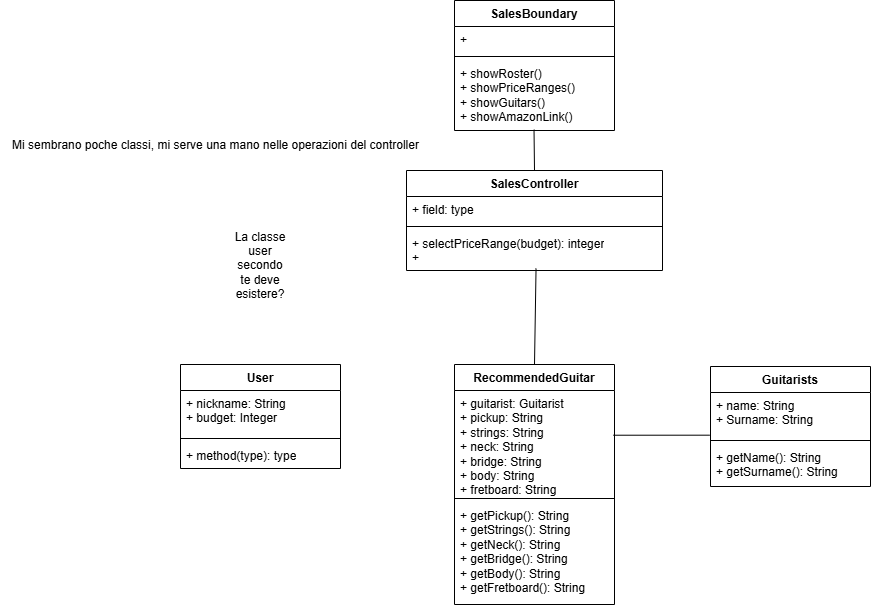
Before: diagrams/BCEM.drawio.png, a diagram exported from draw.io (TizianoLilli/ISPW-Project). Source tidied: cells renumbered, new cells last; positions are measured from the earlier drawing's top-left corner, leaving out a move shared by most shapes.
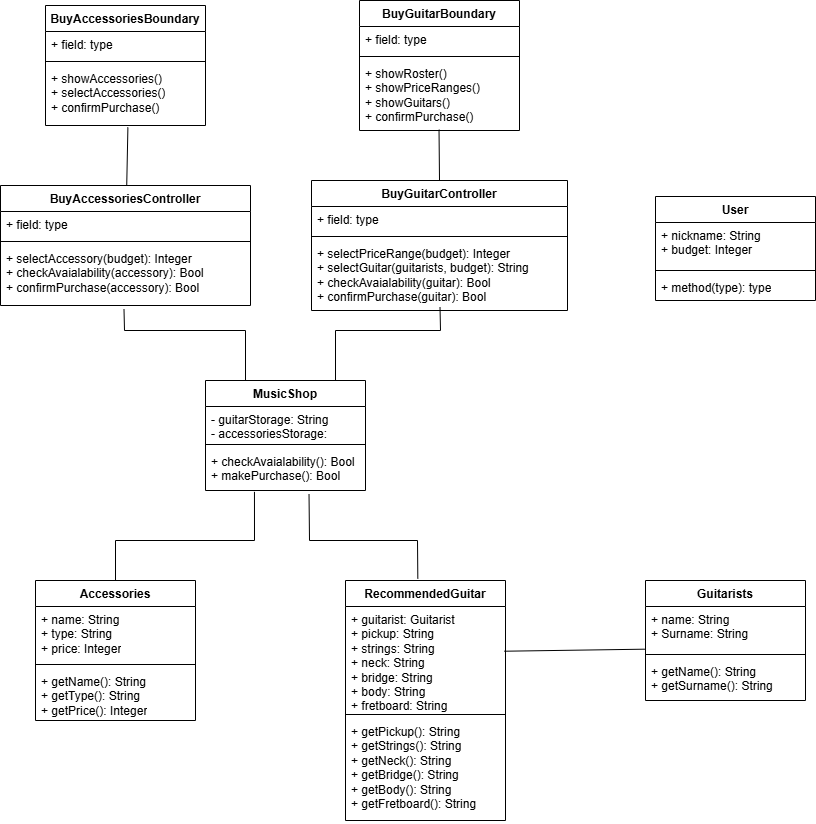
After the commit.

What changed in the source:
```diff
@@ -3,7 +3,7 @@
     <mxCell id="0" />
     <mxCell id="1" parent="0" />
     <mxCell id="2" value="Guitarists" style="swimlane;fontStyle=1;align=center;verticalAlign=top;horizontal=1;startSize=26;whiteSpace=wrap;html=1;" parent="1" vertex="1">
-      <mxGeometry x="710" y="366" width="160" height="120" as="geometry" />
+      <mxGeometry x="740" y="550" width="160" height="120" as="geometry" />
     </mxCell>
     <mxCell id="3" value="+ name: String&lt;div&gt;+ Surname: String&lt;/div&gt;" style="text;strokeColor=none;fillColor=none;align=left;verticalAlign=top;spacingLeft=4;spacingRight=4;overflow=hidden;points=[[0,0.5],[1,0.5]];portConstraint=eastwest;whiteSpace=wrap;html=1;" parent="2" vertex="1">
       <mxGeometry y="26" width="160" height="44" as="geometry" />
@@ -15,7 +15,7 @@
       <mxGeometry y="78" width="160" height="42" as="geometry" />
     </mxCell>
     <mxCell id="6" value="RecommendedGuitar" style="swimlane;fontStyle=1;align=center;verticalAlign=top;horizontal=1;startSize=26;whiteSpace=wrap;html=1;" parent="1" vertex="1">
-      <mxGeometry x="454" y="364" width="160" height="240" as="geometry" />
+      <mxGeometry x="440" y="550" width="160" height="240" as="geometry" />
     </mxCell>
     <mxCell id="7" value="+ guitarist: Guitarist&lt;div&gt;+ pickup: String&lt;/div&gt;&lt;div&gt;+ strings: String&lt;/div&gt;&lt;div&gt;+ neck: String&lt;/div&gt;&lt;div&gt;+ bridge: String&lt;/div&gt;&lt;div&gt;+ body: String&lt;/div&gt;&lt;div&gt;+ fretboard: String&lt;/div&gt;" style="text;strokeColor=none;fillColor=none;align=left;verticalAlign=top;spacingLeft=4;spacingRight=4;overflow=hidden;points=[[0,0.5],[1,0.5]];portConstraint=eastwest;whiteSpace=wrap;html=1;" parent="6" vertex="1">
       <mxGeometry y="26" width="160" height="104" as="geometry" />
@@ -27,7 +27,7 @@
       <mxGeometry y="138" width="160" height="102" as="geometry" />
     </mxCell>
     <mxCell id="10" value="User" style="swimlane;fontStyle=1;align=center;verticalAlign=top;horizontal=1;startSize=26;whiteSpace=wrap;html=1;" parent="1" vertex="1">
-      <mxGeometry x="180" y="364" width="160" height="104" as="geometry" />
+      <mxGeometry x="750" y="166" width="160" height="104" as="geometry" />
     </mxCell>
     <mxCell id="11" value="+ nickname: String&lt;div&gt;+ budget: Integer&lt;/div&gt;" style="text;strokeColor=none;fillColor=none;align=left;verticalAlign=top;spacingLeft=4;spacingRight=4;overflow=hidden;whiteSpace=wrap;html=1;" parent="10" vertex="1">
       <mxGeometry y="26" width="160" height="44" as="geometry" />
@@ -38,8 +38,8 @@
     <mxCell id="13" value="+ method(type): type" style="text;strokeColor=none;fillColor=none;align=left;verticalAlign=top;spacingLeft=4;spacingRight=4;overflow=hidden;whiteSpace=wrap;html=1;" parent="10" vertex="1">
       <mxGeometry y="78" width="160" height="26" as="geometry" />
     </mxCell>
-    <mxCell id="14" value="SalesController" style="swimlane;fontStyle=1;align=center;verticalAlign=top;horizontal=1;startSize=26;whiteSpace=wrap;html=1;" parent="1" vertex="1">
-      <mxGeometry x="406" y="170" width="256" height="100" as="geometry" />
+    <mxCell id="14" value="BuyGuitarController" style="swimlane;fontStyle=1;align=center;verticalAlign=top;horizontal=1;startSize=26;whiteSpace=wrap;html=1;" parent="1" vertex="1">
+      <mxGeometry x="406" y="150" width="256" height="130" as="geometry" />
     </mxCell>
     <mxCell id="15" value="+ field: type" style="text;strokeColor=none;fillColor=none;align=left;verticalAlign=top;spacingLeft=4;spacingRight=4;overflow=hidden;whiteSpace=wrap;html=1;" parent="14" vertex="1">
       <mxGeometry y="26" width="256" height="26" as="geometry" />
@@ -47,35 +47,110 @@
     <mxCell id="16" style="line;strokeWidth=1;fillColor=none;align=left;verticalAlign=middle;spacingTop=-1;spacingLeft=3;spacingRight=3;labelPosition=right;strokeColor=inherit;" parent="14" vertex="1">
       <mxGeometry y="52" width="256" height="8" as="geometry" />
     </mxCell>
-    <mxCell id="17" value="+ selectPriceRange(budget): integer&lt;div&gt;+&amp;nbsp;&lt;/div&gt;" style="text;strokeColor=none;fillColor=none;align=left;verticalAlign=top;spacingLeft=4;spacingRight=4;overflow=hidden;points=[[0,0.5],[1,0.5]];portConstraint=eastwest;whiteSpace=wrap;html=1;" parent="14" vertex="1">
-      <mxGeometry y="60" width="256" height="40" as="geometry" />
+    <mxCell id="17" value="+ selectPriceRange(budget): Integer&lt;div&gt;+ selectGuitar(guitarists, budget): String&lt;/div&gt;&lt;div&gt;+ checkAvaialability(guitar): Bool&lt;/div&gt;&lt;div&gt;+ confirmPurchase(guitar): Bool&lt;/div&gt;" style="text;strokeColor=none;fillColor=none;align=left;verticalAlign=top;spacingLeft=4;spacingRight=4;overflow=hidden;points=[[0,0.5],[1,0.5]];portConstraint=eastwest;whiteSpace=wrap;html=1;" parent="14" vertex="1">
+      <mxGeometry y="60" width="256" height="70" as="geometry" />
     </mxCell>
-    <mxCell id="18" value="SalesBoundary" style="swimlane;fontStyle=1;align=center;verticalAlign=top;horizontal=1;startSize=26;whiteSpace=wrap;html=1;" parent="1" vertex="1">
-      <mxGeometry x="454" width="160" height="130" as="geometry" />
+    <mxCell id="18" value="BuyGuitarBoundary" style="swimlane;fontStyle=1;align=center;verticalAlign=top;horizontal=1;startSize=26;whiteSpace=wrap;html=1;" parent="1" vertex="1">
+      <mxGeometry x="454" y="-30" width="160" height="130" as="geometry" />
     </mxCell>
-    <mxCell id="19" value="+&amp;nbsp;" style="text;strokeColor=none;fillColor=none;align=left;verticalAlign=top;spacingLeft=4;spacingRight=4;overflow=hidden;whiteSpace=wrap;html=1;" parent="18" vertex="1">
+    <mxCell id="19" value="+ field: type" style="text;strokeColor=none;fillColor=none;align=left;verticalAlign=top;spacingLeft=4;spacingRight=4;overflow=hidden;whiteSpace=wrap;html=1;" parent="18" vertex="1">
       <mxGeometry y="26" width="160" height="26" as="geometry" />
     </mxCell>
     <mxCell id="20" style="line;strokeWidth=1;fillColor=none;align=left;verticalAlign=middle;spacingTop=-1;spacingLeft=3;spacingRight=3;labelPosition=right;strokeColor=inherit;" parent="18" vertex="1">
       <mxGeometry y="52" width="160" height="8" as="geometry" />
     </mxCell>
-    <mxCell id="21" value="+ showRoster()&lt;div&gt;+ showPriceRanges()&lt;/div&gt;&lt;div&gt;+ showGuitars()&lt;/div&gt;&lt;div&gt;+ showAmazonLink()&lt;/div&gt;" style="text;strokeColor=none;fillColor=none;align=left;verticalAlign=top;spacingLeft=4;spacingRight=4;overflow=hidden;points=[[0,0.5],[1,0.5]];portConstraint=eastwest;whiteSpace=wrap;html=1;" parent="18" vertex="1">
+    <mxCell id="21" value="+ showRoster()&lt;div&gt;+ showPriceRanges()&lt;/div&gt;&lt;div&gt;+ showGuitars()&lt;/div&gt;&lt;div&gt;+ confirmPurchase()&lt;/div&gt;" style="text;strokeColor=none;fillColor=none;align=left;verticalAlign=top;spacingLeft=4;spacingRight=4;overflow=hidden;points=[[0,0.5],[1,0.5]];portConstraint=eastwest;whiteSpace=wrap;html=1;" parent="18" vertex="1">
       <mxGeometry y="60" width="160" height="70" as="geometry" />
     </mxCell>
-    <mxCell id="22" style="endArrow=none;html=1;rounded=0;exitX=0.5;exitY=0;exitDx=0;exitDy=0;entryX=0.506;entryY=0.949;entryDx=0;entryDy=0;entryPerimeter=0;" parent="1" edge="1" source="6" target="17">
-      <mxGeometry relative="1" as="geometry" />
-    </mxCell>
     <mxCell id="23" style="endArrow=none;html=1;rounded=0;exitX=0.992;exitY=0.43;exitDx=0;exitDy=0;entryX=-0.004;entryY=0.97;entryDx=0;entryDy=0;entryPerimeter=0;exitPerimeter=0;" parent="1" edge="1" source="7" target="3">
       <mxGeometry relative="1" as="geometry" />
     </mxCell>
     <mxCell id="24" style="endArrow=none;html=1;rounded=0;exitX=0.497;exitY=0.988;exitDx=0;exitDy=0;entryX=0.5;entryY=0;entryDx=0;entryDy=0;exitPerimeter=0;" parent="1" edge="1" source="21" target="14">
       <mxGeometry relative="1" as="geometry" />
     </mxCell>
-    <mxCell id="25" value="Mi sembrano poche classi, mi serve una mano nelle operazioni del controller" style="text;html=1;align=center;verticalAlign=middle;strokeColor=none;fillColor=none;" parent="1" vertex="1">
-      <mxGeometry y="130" width="430" height="30" as="geometry" />
-    </mxCell>
-    <mxCell id="26" value="La classe user secondo te deve esistere?" style="text;html=1;align=center;verticalAlign=middle;whiteSpace=wrap;rounded=0;" parent="1" vertex="1">
-      <mxGeometry x="230" y="250" width="60" height="30" as="geometry" />
-    </mxCell>
+    <mxCell id="27" value="MusicShop" style="swimlane;fontStyle=1;align=center;verticalAlign=top;horizontal=1;startSize=26;whiteSpace=wrap;html=1;" parent="1" vertex="1">
+      <mxGeometry x="300" y="350" width="160" height="110" as="geometry" />
+    </mxCell>
+    <mxCell id="28" value="- guitarStorage: String&lt;div&gt;- accessoriesStorage: String&lt;/div&gt;" style="text;strokeColor=none;fillColor=none;align=left;verticalAlign=top;spacingLeft=4;spacingRight=4;overflow=hidden;whiteSpace=wrap;html=1;" parent="27" vertex="1">
+      <mxGeometry y="26" width="160" height="34" as="geometry" />
+    </mxCell>
+    <mxCell id="29" style="line;strokeWidth=1;fillColor=none;align=left;verticalAlign=middle;spacingTop=-1;spacingLeft=3;spacingRight=3;labelPosition=right;strokeColor=inherit;" parent="27" vertex="1">
+      <mxGeometry y="60" width="160" height="8" as="geometry" />
+    </mxCell>
+    <mxCell id="30" value="+ checkAvaialability(): Bool&lt;div&gt;+ makePurchase(): Bool&lt;/div&gt;" style="text;strokeColor=none;fillColor=none;align=left;verticalAlign=top;spacingLeft=4;spacingRight=4;overflow=hidden;points=[[0,0.5],[1,0.5]];portConstraint=eastwest;whiteSpace=wrap;html=1;" parent="27" vertex="1">
+      <mxGeometry y="68" width="160" height="42" as="geometry" />
+    </mxCell>
+    <mxCell id="31" value="Accessories" style="swimlane;fontStyle=1;align=center;verticalAlign=top;horizontal=1;startSize=26;whiteSpace=wrap;html=1;" parent="1" vertex="1">
+      <mxGeometry x="130" y="550" width="160" height="140" as="geometry" />
+    </mxCell>
+    <mxCell id="32" value="+ name: String&lt;div&gt;+ type: String&lt;/div&gt;&lt;div&gt;+ price: Integer&lt;/div&gt;" style="text;strokeColor=none;fillColor=none;align=left;verticalAlign=top;spacingLeft=4;spacingRight=4;overflow=hidden;whiteSpace=wrap;html=1;" parent="31" vertex="1">
+      <mxGeometry y="26" width="160" height="54" as="geometry" />
+    </mxCell>
+    <mxCell id="33" style="line;strokeWidth=1;fillColor=none;align=left;verticalAlign=middle;spacingTop=-1;spacingLeft=3;spacingRight=3;labelPosition=right;strokeColor=inherit;" parent="31" vertex="1">
+      <mxGeometry y="80" width="160" height="8" as="geometry" />
+    </mxCell>
+    <mxCell id="34" value="+ getName(): String&lt;div&gt;+ getType(): String&lt;/div&gt;&lt;div&gt;+ getPrice(): Integer&lt;/div&gt;" style="text;strokeColor=none;fillColor=none;align=left;verticalAlign=top;spacingLeft=4;spacingRight=4;overflow=hidden;whiteSpace=wrap;html=1;" parent="31" vertex="1">
+      <mxGeometry y="88" width="160" height="52" as="geometry" />
+    </mxCell>
+    <mxCell id="35" value="BuyAccessoriesController" style="swimlane;fontStyle=1;align=center;verticalAlign=top;horizontal=1;startSize=26;whiteSpace=wrap;html=1;" parent="1" vertex="1">
+      <mxGeometry x="95" y="155" width="250" height="120" as="geometry" />
+    </mxCell>
+    <mxCell id="36" value="+ field: type" style="text;strokeColor=none;fillColor=none;align=left;verticalAlign=top;spacingLeft=4;spacingRight=4;overflow=hidden;whiteSpace=wrap;html=1;" parent="35" vertex="1">
+      <mxGeometry y="26" width="250" height="26" as="geometry" />
+    </mxCell>
+    <mxCell id="37" style="line;strokeWidth=1;fillColor=none;align=left;verticalAlign=middle;spacingTop=-1;spacingLeft=3;spacingRight=3;labelPosition=right;strokeColor=inherit;" parent="35" vertex="1">
+      <mxGeometry y="52" width="250" height="8" as="geometry" />
+    </mxCell>
+    <mxCell id="38" value="+ selectAccessory(budget): Integer&lt;div&gt;+ checkAvaialability(accessory): Bool&lt;/div&gt;&lt;div&gt;+ confirmPurchase(accessory): Bool&lt;/div&gt;" style="text;strokeColor=none;fillColor=none;align=left;verticalAlign=top;spacingLeft=4;spacingRight=4;overflow=hidden;points=[[0,0.5],[1,0.5]];portConstraint=eastwest;whiteSpace=wrap;html=1;" parent="35" vertex="1">
+      <mxGeometry y="60" width="250" height="60" as="geometry" />
+    </mxCell>
+    <mxCell id="39" value="BuyAccessoriesBoundary" style="swimlane;fontStyle=1;align=center;verticalAlign=top;horizontal=1;startSize=26;whiteSpace=wrap;html=1;" parent="1" vertex="1">
+      <mxGeometry x="140" y="-25" width="160" height="120" as="geometry" />
+    </mxCell>
+    <mxCell id="40" value="+ field: type" style="text;strokeColor=none;fillColor=none;align=left;verticalAlign=top;spacingLeft=4;spacingRight=4;overflow=hidden;whiteSpace=wrap;html=1;" parent="39" vertex="1">
+      <mxGeometry y="26" width="160" height="26" as="geometry" />
+    </mxCell>
+    <mxCell id="41" style="line;strokeWidth=1;fillColor=none;align=left;verticalAlign=middle;spacingTop=-1;spacingLeft=3;spacingRight=3;labelPosition=right;strokeColor=inherit;" parent="39" vertex="1">
+      <mxGeometry y="52" width="160" height="8" as="geometry" />
+    </mxCell>
+    <mxCell id="42" value="+ showAccessories()&lt;div&gt;+ selectAccessories()&lt;/div&gt;&lt;div&gt;+ confirmPurchase()&lt;/div&gt;" style="text;strokeColor=none;fillColor=none;align=left;verticalAlign=top;spacingLeft=4;spacingRight=4;overflow=hidden;points=[[0,0.5],[1,0.5]];portConstraint=eastwest;whiteSpace=wrap;html=1;" parent="39" vertex="1">
+      <mxGeometry y="60" width="160" height="60" as="geometry" />
+    </mxCell>
+    <mxCell id="43" style="endArrow=none;html=1;rounded=0;entryX=0.502;entryY=0.95;entryDx=0;entryDy=0;entryPerimeter=0;" parent="1" edge="1" target="17">
+      <mxGeometry relative="1" as="geometry">
+        <mxPoint x="430" y="350" as="sourcePoint" />
+        <Array as="points">
+          <mxPoint x="430" y="300" />
+          <mxPoint x="535" y="300" />
+        </Array>
+      </mxGeometry>
+    </mxCell>
+    <mxCell id="44" style="endArrow=none;html=1;rounded=0;exitX=0.25;exitY=0;exitDx=0;exitDy=0;entryX=0.494;entryY=1.065;entryDx=0;entryDy=0;entryPerimeter=0;" parent="1" edge="1" source="27" target="38">
+      <mxGeometry relative="1" as="geometry">
+        <Array as="points">
+          <mxPoint x="340" y="300" />
+          <mxPoint x="219" y="300" />
+        </Array>
+      </mxGeometry>
+    </mxCell>
+    <mxCell id="45" style="endArrow=none;html=1;rounded=0;exitX=0.647;exitY=1.085;exitDx=0;exitDy=0;exitPerimeter=0;entryX=0.452;entryY=-0.008;entryDx=0;entryDy=0;entryPerimeter=0;" parent="1" edge="1" source="30" target="6">
+      <mxGeometry relative="1" as="geometry">
+        <Array as="points">
+          <mxPoint x="404" y="510" />
+          <mxPoint x="512" y="510" />
+        </Array>
+      </mxGeometry>
+    </mxCell>
+    <mxCell id="46" style="endArrow=none;html=1;rounded=0;entryX=0.306;entryY=1.032;entryDx=0;entryDy=0;entryPerimeter=0;exitX=0.5;exitY=0;exitDx=0;exitDy=0;" parent="1" edge="1" source="31" target="30">
+      <mxGeometry relative="1" as="geometry">
+        <Array as="points">
+          <mxPoint x="210" y="510" />
+          <mxPoint x="349" y="510" />
+        </Array>
+      </mxGeometry>
+    </mxCell>
+    <mxCell id="47" style="endArrow=none;html=1;rounded=0;entryX=0.515;entryY=1.032;entryDx=0;entryDy=0;entryPerimeter=0;" parent="1" edge="1" source="35" target="42">
+      <mxGeometry relative="1" as="geometry" />
+    </mxCell>
   </root>
 </mxGraphModel>
```
